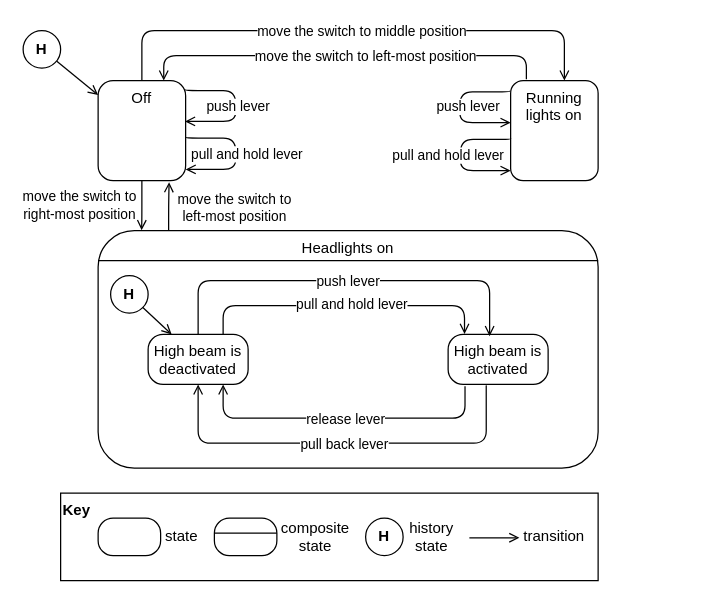
Before: page "Q2" (2 of 2) of SW Architect A4.drawio in sunggooni/SW_Architect, a draw.io diagram. Source tidied: cells renumbered, new cells numbered last; positions are measured from the earlier drawing's top-left corner, leaving out a move shared by most shapes. Both pictures are drawn from the tidied source at 125%, with x=0, y=0 at pixel (22, 30).
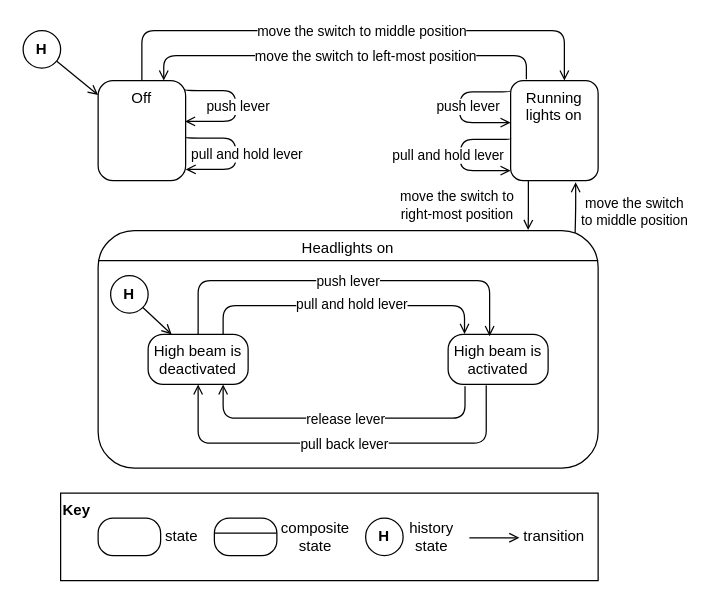
The same diagram, later.

Unchanged cells that the change refers to:
```xml
<mxCell id="6" value="Off" style="html=1;align=center;verticalAlign=top;rounded=1;absoluteArcSize=1;arcSize=24;dashed=0;whiteSpace=wrap;glass=0;shadow=0;" parent="1" vertex="1">
  <mxGeometry x="60" y="40" width="70" height="80" as="geometry" />
</mxCell>
<mxCell id="14" value="Headlights on" style="html=1;align=center;verticalAlign=top;rounded=1;absoluteArcSize=1;arcSize=58;dashed=0;whiteSpace=wrap;glass=0;shadow=0;perimeterSpacing=0;" parent="1" vertex="1">
  <mxGeometry x="60" y="160" width="400" height="190" as="geometry" />
</mxCell>
```

Change to the diagram source:
```diff
@@
-    <mxCell id="2" style="edgeStyle=orthogonalEdgeStyle;jettySize=auto;html=1;endArrow=open;endFill=0;rounded=1;entryX=0.087;entryY=-0.002;entryDx=0;entryDy=0;entryPerimeter=0;" parent="1" edge="1" source="6" target="14">
+    <mxCell id="2" style="edgeStyle=orthogonalEdgeStyle;orthogonalLoop=1;jettySize=auto;html=1;endArrow=open;endFill=0;rounded=1;entryX=0.087;entryY=-0.002;entryDx=0;entryDy=0;entryPerimeter=0;" parent="1" edge="1">
       <mxGeometry relative="1" as="geometry">
+        <mxPoint x="404.2" y="120" as="sourcePoint" />
+        <mxPoint x="404" y="159.6" as="targetPoint" />
         <Array as="points">
-          <mxPoint x="95" y="150" />
-          <mxPoint x="95" y="150" />
+          <mxPoint x="404.2" y="150" />
+          <mxPoint x="404.2" y="150" />
         </Array>
       </mxGeometry>
     </mxCell>
     <mxCell id="3" value="move the switch to &lt;br&gt;right-most position" style="edgeLabel;html=1;align=center;verticalAlign=middle;" parent="2" vertex="1">
       <mxGeometry x="-0.28" y="-1" relative="1" as="geometry">
-        <mxPoint x="-50" y="5" as="offset" />
+        <mxPoint x="-57" y="5" as="offset" />
       </mxGeometry>
     </mxCell>
@@
-    <mxCell id="10" style="edgeStyle=orthogonalEdgeStyle;jettySize=auto;html=1;entryX=0.811;entryY=1.015;entryDx=0;entryDy=0;entryPerimeter=0;endArrow=open;endFill=0;rounded=1;exitX=0.141;exitY=0.01;exitDx=0;exitDy=0;exitPerimeter=0;" parent="1" edge="1" source="14" target="6">
-      <mxGeometry relative="1" as="geometry" />
+    <mxCell id="10" style="edgeStyle=orthogonalEdgeStyle;orthogonalLoop=1;jettySize=auto;html=1;entryX=0.811;entryY=1.015;entryDx=0;entryDy=0;entryPerimeter=0;endArrow=open;endFill=0;rounded=1;exitX=0.141;exitY=0.01;exitDx=0;exitDy=0;exitPerimeter=0;" parent="1" edge="1">
+      <mxGeometry relative="1" as="geometry">
+        <mxPoint x="441.6" y="161.9" as="sourcePoint" />
+        <mxPoint x="442" y="121.2" as="targetPoint" />
+      </mxGeometry>
     </mxCell>
-    <mxCell id="11" value="move the switch to &lt;br&gt;left-most position" style="edgeLabel;html=1;align=center;verticalAlign=middle;" parent="10" vertex="1">
+    <mxCell id="11" value="move the switch&lt;br&gt;to&amp;nbsp;middle position" style="edgeLabel;html=1;align=center;verticalAlign=middle;" parent="10" vertex="1">
       <mxGeometry x="0.67" relative="1" as="geometry">
-        <mxPoint x="52" y="13" as="offset" />
+        <mxPoint x="46" y="16" as="offset" />
       </mxGeometry>
     </mxCell>
```
